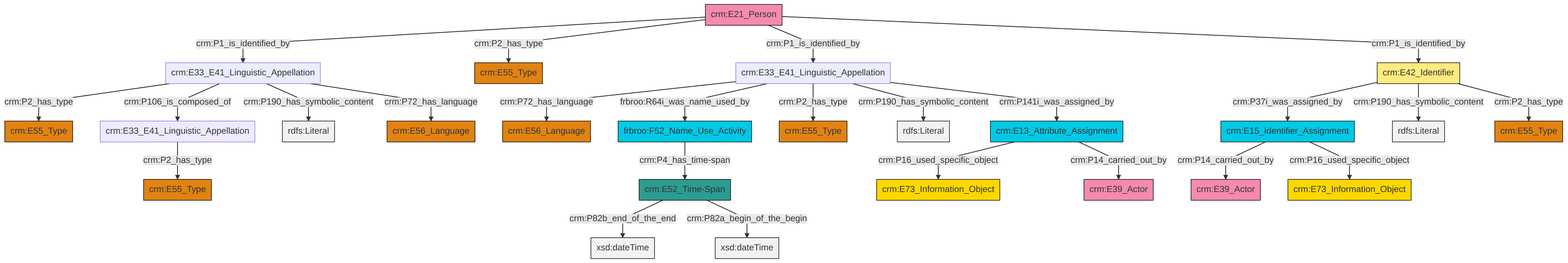
Earlier version of the Mermaid export et/personCSV/ttl/mmd/png/Person_Names_and_Classification.png (swiss-art-research-net/reference-data-models). Its source is kept beside it as et/personCSV/ttl/mmd/Person_Names_and_Classification.ttl.mmd.
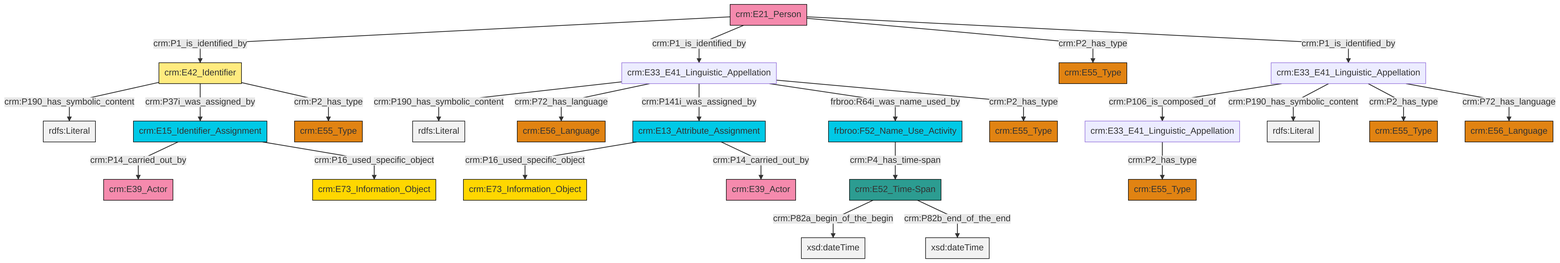
Above is the later version.

The edit, as a diff of the source:
```diff
@@ -13,27 +13,27 @@
 classDef PC_Classes fill:#4ce600, stroke:#000000;
 classDef Multi fill:#cccccc,stroke:#000000;
 
-0["crm:E33_E41_Linguistic_Appellation"]:::Default -->|crm:P72_has_language| 1["crm:E56_Language"]:::Type
-2["crm:E21_Person"]:::Actor -->|crm:P1_is_identified_by| 3["crm:E33_E41_Linguistic_Appellation"]:::Default
-2["crm:E21_Person"]:::Actor -->|crm:P2_has_type| 5["crm:E55_Type"]:::Type
-0["crm:E33_E41_Linguistic_Appellation"]:::Default -->|frbroo:R64i_was_name_used_by| 8["frbroo:F52_Name_Use_Activity"]:::Temporal_Entity
-12["crm:E42_Identifier"]:::Appellation -->|crm:P37i_was_assigned_by| 13["crm:E15_Identifier_Assignment"]:::Temporal_Entity
-12["crm:E42_Identifier"]:::Appellation -->|crm:P190_has_symbolic_content| 16[rdfs:Literal]:::Literal
-13["crm:E15_Identifier_Assignment"]:::Temporal_Entity -->|crm:P14_carried_out_by| 17["crm:E39_Actor"]:::Actor
-18["crm:E13_Attribute_Assignment"]:::Temporal_Entity -->|crm:P16_used_specific_object| 6["crm:E73_Information_Object"]:::Conceptual_Object
-0["crm:E33_E41_Linguistic_Appellation"]:::Default -->|crm:P2_has_type| 19["crm:E55_Type"]:::Type
-14["crm:E52_Time-Span"]:::Time-Span -->|crm:P82b_end_of_the_end| 20[xsd:dateTime]:::Literal
-0["crm:E33_E41_Linguistic_Appellation"]:::Default -->|crm:P190_has_symbolic_content| 22[rdfs:Literal]:::Literal
-3["crm:E33_E41_Linguistic_Appellation"]:::Default -->|crm:P2_has_type| 27["crm:E55_Type"]:::Type
-0["crm:E33_E41_Linguistic_Appellation"]:::Default -->|crm:P141i_was_assigned_by| 18["crm:E13_Attribute_Assignment"]:::Temporal_Entity
-3["crm:E33_E41_Linguistic_Appellation"]:::Default -->|crm:P106_is_composed_of| 9["crm:E33_E41_Linguistic_Appellation"]:::Default
-9["crm:E33_E41_Linguistic_Appellation"]:::Default -->|crm:P2_has_type| 29["crm:E55_Type"]:::Type
-13["crm:E15_Identifier_Assignment"]:::Temporal_Entity -->|crm:P16_used_specific_object| 25["crm:E73_Information_Object"]:::Conceptual_Object
-8["frbroo:F52_Name_Use_Activity"]:::Temporal_Entity -->|crm:P4_has_time-span| 14["crm:E52_Time-Span"]:::Time-Span
-18["crm:E13_Attribute_Assignment"]:::Temporal_Entity -->|crm:P14_carried_out_by| 38["crm:E39_Actor"]:::Actor
-12["crm:E42_Identifier"]:::Appellation -->|crm:P2_has_type| 34["crm:E55_Type"]:::Type
-3["crm:E33_E41_Linguistic_Appellation"]:::Default -->|crm:P190_has_symbolic_content| 39[rdfs:Literal]:::Literal
-2["crm:E21_Person"]:::Actor -->|crm:P1_is_identified_by| 0["crm:E33_E41_Linguistic_Appellation"]:::Default
-2["crm:E21_Person"]:::Actor -->|crm:P1_is_identified_by| 12["crm:E42_Identifier"]:::Appellation
-3["crm:E33_E41_Linguistic_Appellation"]:::Default -->|crm:P72_has_language| 23["crm:E56_Language"]:::Type
-14["crm:E52_Time-Span"]:::Time-Span -->|crm:P82a_begin_of_the_begin| 46[xsd:dateTime]:::Literal
+0["crm:E42_Identifier"]:::Appellation -->|crm:P190_has_symbolic_content| 1[rdfs:Literal]:::Literal
+6["crm:E13_Attribute_Assignment"]:::Temporal_Entity -->|crm:P16_used_specific_object| 7["crm:E73_Information_Object"]:::Conceptual_Object
+8["crm:E15_Identifier_Assignment"]:::Temporal_Entity -->|crm:P14_carried_out_by| 9["crm:E39_Actor"]:::Actor
+13["crm:E21_Person"]:::Actor -->|crm:P1_is_identified_by| 0["crm:E42_Identifier"]:::Appellation
+13["crm:E21_Person"]:::Actor -->|crm:P1_is_identified_by| 14["crm:E33_E41_Linguistic_Appellation"]:::Default
+15["frbroo:F52_Name_Use_Activity"]:::Temporal_Entity -->|crm:P4_has_time-span| 16["crm:E52_Time-Span"]:::Time-Span
+16["crm:E52_Time-Span"]:::Time-Span -->|crm:P82a_begin_of_the_begin| 19[xsd:dateTime]:::Literal
+14["crm:E33_E41_Linguistic_Appellation"]:::Default -->|crm:P190_has_symbolic_content| 24[rdfs:Literal]:::Literal
+14["crm:E33_E41_Linguistic_Appellation"]:::Default -->|crm:P72_has_language| 2["crm:E56_Language"]:::Type
+13["crm:E21_Person"]:::Actor -->|crm:P2_has_type| 26["crm:E55_Type"]:::Type
+17["crm:E33_E41_Linguistic_Appellation"]:::Default -->|crm:P2_has_type| 22["crm:E55_Type"]:::Type
+0["crm:E42_Identifier"]:::Appellation -->|crm:P37i_was_assigned_by| 8["crm:E15_Identifier_Assignment"]:::Temporal_Entity
+8["crm:E15_Identifier_Assignment"]:::Temporal_Entity -->|crm:P16_used_specific_object| 10["crm:E73_Information_Object"]:::Conceptual_Object
+14["crm:E33_E41_Linguistic_Appellation"]:::Default -->|crm:P141i_was_assigned_by| 6["crm:E13_Attribute_Assignment"]:::Temporal_Entity
+6["crm:E13_Attribute_Assignment"]:::Temporal_Entity -->|crm:P14_carried_out_by| 29["crm:E39_Actor"]:::Actor
+32["crm:E33_E41_Linguistic_Appellation"]:::Default -->|crm:P106_is_composed_of| 17["crm:E33_E41_Linguistic_Appellation"]:::Default
+32["crm:E33_E41_Linguistic_Appellation"]:::Default -->|crm:P190_has_symbolic_content| 34[rdfs:Literal]:::Literal
+14["crm:E33_E41_Linguistic_Appellation"]:::Default -->|frbroo:R64i_was_name_used_by| 15["frbroo:F52_Name_Use_Activity"]:::Temporal_Entity
+16["crm:E52_Time-Span"]:::Time-Span -->|crm:P82b_end_of_the_end| 38[xsd:dateTime]:::Literal
+13["crm:E21_Person"]:::Actor -->|crm:P1_is_identified_by| 32["crm:E33_E41_Linguistic_Appellation"]:::Default
+14["crm:E33_E41_Linguistic_Appellation"]:::Default -->|crm:P2_has_type| 20["crm:E55_Type"]:::Type
+32["crm:E33_E41_Linguistic_Appellation"]:::Default -->|crm:P2_has_type| 4["crm:E55_Type"]:::Type
+32["crm:E33_E41_Linguistic_Appellation"]:::Default -->|crm:P72_has_language| 35["crm:E56_Language"]:::Type
+0["crm:E42_Identifier"]:::Appellation -->|crm:P2_has_type| 41["crm:E55_Type"]:::Type
```
